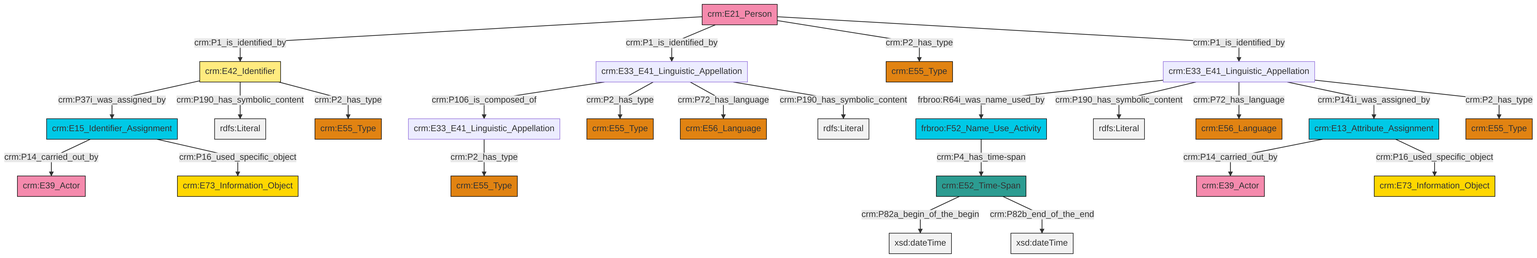
Earlier version of the Mermaid export et/personCSV/ttl/mmd/png/Person_Names_and_Classification.png (swiss-art-research-net/docs.swissartresearch). Its source is kept beside it as et/personCSV/ttl/mmd/Person_Names_and_Classification.ttl.mmd.
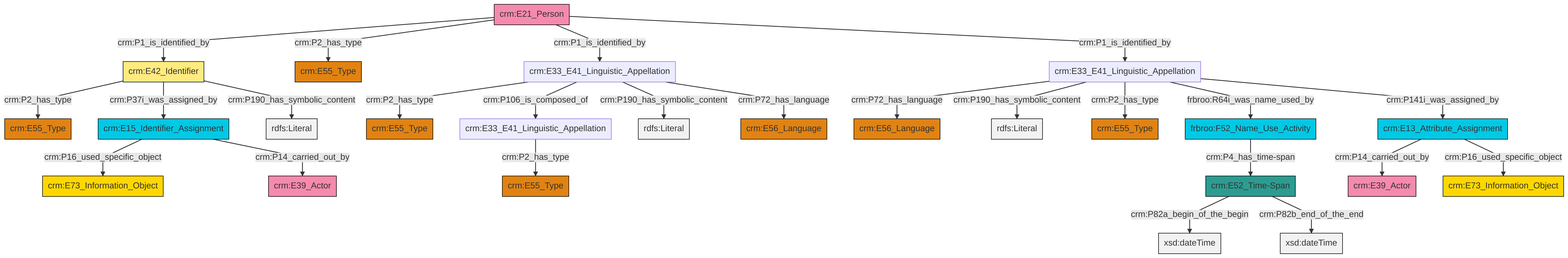
Above is the later version.

Change to the diagram source:
```diff
@@ -13,27 +13,27 @@
 classDef PC_Classes fill:#4ce600, stroke:#000000;
 classDef Multi fill:#cccccc,stroke:#000000;
 
-0["crm:E33_E41_Linguistic_Appellation"]:::Default -->|crm:P106_is_composed_of| 2["crm:E33_E41_Linguistic_Appellation"]:::Default
-5["crm:E13_Attribute_Assignment"]:::Temporal_Entity -->|crm:P14_carried_out_by| 6["crm:E39_Actor"]:::Actor
-0["crm:E33_E41_Linguistic_Appellation"]:::Default -->|crm:P2_has_type| 8["crm:E55_Type"]:::Type
-10["crm:E21_Person"]:::Actor -->|crm:P1_is_identified_by| 11["crm:E42_Identifier"]:::Appellation
-12["crm:E33_E41_Linguistic_Appellation"]:::Default -->|frbroo:R64i_was_name_used_by| 13["frbroo:F52_Name_Use_Activity"]:::Temporal_Entity
-13["frbroo:F52_Name_Use_Activity"]:::Temporal_Entity -->|crm:P4_has_time-span| 14["crm:E52_Time-Span"]:::Time-Span
-11["crm:E42_Identifier"]:::Appellation -->|crm:P37i_was_assigned_by| 15["crm:E15_Identifier_Assignment"]:::Temporal_Entity
-10["crm:E21_Person"]:::Actor -->|crm:P1_is_identified_by| 0["crm:E33_E41_Linguistic_Appellation"]:::Default
-11["crm:E42_Identifier"]:::Appellation -->|crm:P190_has_symbolic_content| 19[rdfs:Literal]:::Literal
-14["crm:E52_Time-Span"]:::Time-Span -->|crm:P82a_begin_of_the_begin| 20[xsd:dateTime]:::Literal
-12["crm:E33_E41_Linguistic_Appellation"]:::Default -->|crm:P190_has_symbolic_content| 24[rdfs:Literal]:::Literal
-0["crm:E33_E41_Linguistic_Appellation"]:::Default -->|crm:P72_has_language| 25["crm:E56_Language"]:::Type
-15["crm:E15_Identifier_Assignment"]:::Temporal_Entity -->|crm:P14_carried_out_by| 26["crm:E39_Actor"]:::Actor
-12["crm:E33_E41_Linguistic_Appellation"]:::Default -->|crm:P72_has_language| 28["crm:E56_Language"]:::Type
-5["crm:E13_Attribute_Assignment"]:::Temporal_Entity -->|crm:P16_used_specific_object| 32["crm:E73_Information_Object"]:::Conceptual_Object
-12["crm:E33_E41_Linguistic_Appellation"]:::Default -->|crm:P141i_was_assigned_by| 5["crm:E13_Attribute_Assignment"]:::Temporal_Entity
-12["crm:E33_E41_Linguistic_Appellation"]:::Default -->|crm:P2_has_type| 22["crm:E55_Type"]:::Type
-14["crm:E52_Time-Span"]:::Time-Span -->|crm:P82b_end_of_the_end| 34[xsd:dateTime]:::Literal
-2["crm:E33_E41_Linguistic_Appellation"]:::Default -->|crm:P2_has_type| 35["crm:E55_Type"]:::Type
-10["crm:E21_Person"]:::Actor -->|crm:P2_has_type| 17["crm:E55_Type"]:::Type
-10["crm:E21_Person"]:::Actor -->|crm:P1_is_identified_by| 12["crm:E33_E41_Linguistic_Appellation"]:::Default
-0["crm:E33_E41_Linguistic_Appellation"]:::Default -->|crm:P190_has_symbolic_content| 43[rdfs:Literal]:::Literal
-11["crm:E42_Identifier"]:::Appellation -->|crm:P2_has_type| 29["crm:E55_Type"]:::Type
-15["crm:E15_Identifier_Assignment"]:::Temporal_Entity -->|crm:P16_used_specific_object| 38["crm:E73_Information_Object"]:::Conceptual_Object
+2["crm:E33_E41_Linguistic_Appellation"]:::Default -->|crm:P72_has_language| 3["crm:E56_Language"]:::Type
+4["crm:E21_Person"]:::Actor -->|crm:P1_is_identified_by| 5["crm:E42_Identifier"]:::Appellation
+6["frbroo:F52_Name_Use_Activity"]:::Temporal_Entity -->|crm:P4_has_time-span| 10["crm:E52_Time-Span"]:::Time-Span
+12["crm:E13_Attribute_Assignment"]:::Temporal_Entity -->|crm:P14_carried_out_by| 8["crm:E39_Actor"]:::Actor
+4["crm:E21_Person"]:::Actor -->|crm:P2_has_type| 13["crm:E55_Type"]:::Type
+19["crm:E33_E41_Linguistic_Appellation"]:::Default -->|crm:P2_has_type| 14["crm:E55_Type"]:::Type
+4["crm:E21_Person"]:::Actor -->|crm:P1_is_identified_by| 19["crm:E33_E41_Linguistic_Appellation"]:::Default
+19["crm:E33_E41_Linguistic_Appellation"]:::Default -->|crm:P106_is_composed_of| 24["crm:E33_E41_Linguistic_Appellation"]:::Default
+10["crm:E52_Time-Span"]:::Time-Span -->|crm:P82a_begin_of_the_begin| 25[xsd:dateTime]:::Literal
+24["crm:E33_E41_Linguistic_Appellation"]:::Default -->|crm:P2_has_type| 20["crm:E55_Type"]:::Type
+5["crm:E42_Identifier"]:::Appellation -->|crm:P2_has_type| 27["crm:E55_Type"]:::Type
+2["crm:E33_E41_Linguistic_Appellation"]:::Default -->|crm:P190_has_symbolic_content| 28[rdfs:Literal]:::Literal
+2["crm:E33_E41_Linguistic_Appellation"]:::Default -->|crm:P2_has_type| 16["crm:E55_Type"]:::Type
+2["crm:E33_E41_Linguistic_Appellation"]:::Default -->|frbroo:R64i_was_name_used_by| 6["frbroo:F52_Name_Use_Activity"]:::Temporal_Entity
+19["crm:E33_E41_Linguistic_Appellation"]:::Default -->|crm:P190_has_symbolic_content| 32[rdfs:Literal]:::Literal
+4["crm:E21_Person"]:::Actor -->|crm:P1_is_identified_by| 2["crm:E33_E41_Linguistic_Appellation"]:::Default
+5["crm:E42_Identifier"]:::Appellation -->|crm:P37i_was_assigned_by| 0["crm:E15_Identifier_Assignment"]:::Temporal_Entity
+2["crm:E33_E41_Linguistic_Appellation"]:::Default -->|crm:P141i_was_assigned_by| 12["crm:E13_Attribute_Assignment"]:::Temporal_Entity
+5["crm:E42_Identifier"]:::Appellation -->|crm:P190_has_symbolic_content| 37[rdfs:Literal]:::Literal
+0["crm:E15_Identifier_Assignment"]:::Temporal_Entity -->|crm:P16_used_specific_object| 30["crm:E73_Information_Object"]:::Conceptual_Object
+0["crm:E15_Identifier_Assignment"]:::Temporal_Entity -->|crm:P14_carried_out_by| 22["crm:E39_Actor"]:::Actor
+19["crm:E33_E41_Linguistic_Appellation"]:::Default -->|crm:P72_has_language| 38["crm:E56_Language"]:::Type
+10["crm:E52_Time-Span"]:::Time-Span -->|crm:P82b_end_of_the_end| 42[xsd:dateTime]:::Literal
+12["crm:E13_Attribute_Assignment"]:::Temporal_Entity -->|crm:P16_used_specific_object| 43["crm:E73_Information_Object"]:::Conceptual_Object
```
